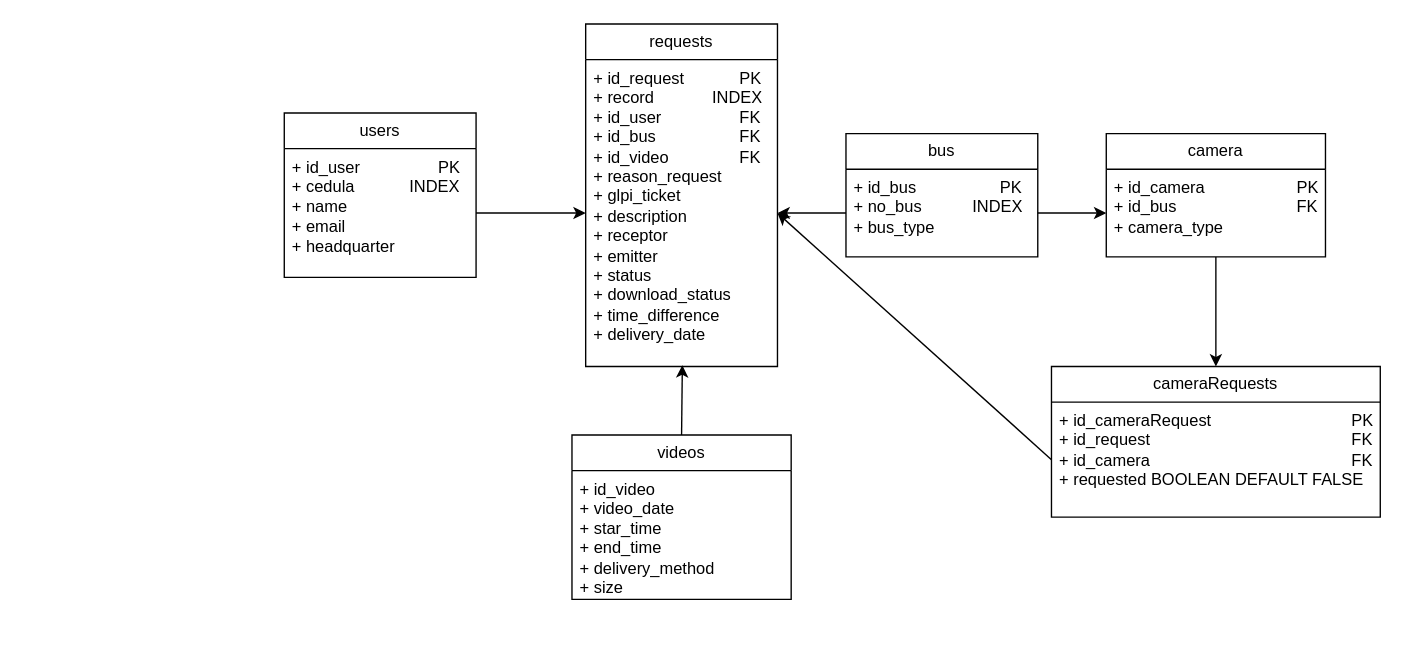
Above: page "Página-1" (1 of 2) of src/VideoGestionR.drawio in ZeB-ZuA/VideoGestion (draw.io), before the change. Source tidied: cells renumbered, new cells numbered last; positions are measured from the earlier drawing's top-left corner, leaving out a move shared by most shapes. Both pictures are drawn from the tidied source at 137%, with x=0, y=0 at pixel (284, 23).
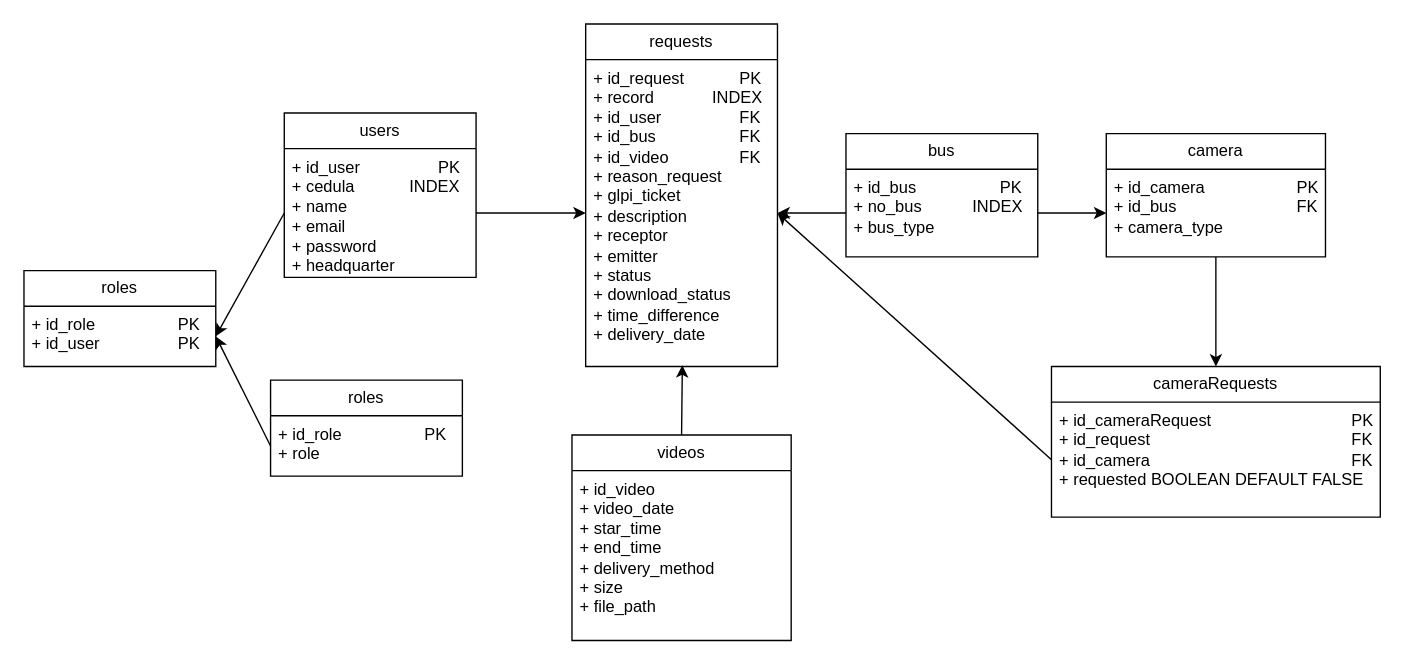
The same page after the edit.

Commit message (it also covers changes not shown here):
User and roles, entity, repository,  services, signupRequest

Unchanged cells that the change refers to:
```xml
<mxCell id="2" value="users" style="swimlane;fontStyle=0;horizontal=1;startSize=26;fillColor=none;whiteSpace=wrap;html=1;" parent="1" vertex="1">
  <mxGeometry y="65" width="140" height="120" as="geometry" />
</mxCell>
```

What changed in the source:
```diff
@@
-    <mxCell id="3" value="+ id_user&lt;span style=&quot;white-space: pre;&quot;&gt;&#9;&lt;/span&gt;&lt;span style=&quot;white-space: pre;&quot;&gt;&#9;&lt;/span&gt;&lt;span style=&quot;white-space: pre;&quot;&gt;&#9;&lt;/span&gt;PK&lt;div&gt;+ cedula&amp;nbsp; &amp;nbsp; &amp;nbsp; &amp;nbsp; &amp;nbsp; &amp;nbsp; INDEX&lt;/div&gt;&lt;div&gt;+ name&lt;/div&gt;&lt;div&gt;+ email&lt;/div&gt;&lt;div&gt;+ headquarter&lt;/div&gt;" style="text;strokeColor=none;fillColor=none;align=left;verticalAlign=top;spacingLeft=4;spacingRight=4;overflow=hidden;points=[[0,0.5],[1,0.5]];portConstraint=eastwest;whiteSpace=wrap;html=1;" parent="2" vertex="1">
+    <mxCell id="3" value="+ id_user&lt;span style=&quot;white-space: pre;&quot;&gt;&#9;&lt;/span&gt;&lt;span style=&quot;white-space: pre;&quot;&gt;&#9;&lt;/span&gt;&lt;span style=&quot;white-space: pre;&quot;&gt;&#9;&lt;/span&gt;PK&lt;div&gt;+ cedula&amp;nbsp; &amp;nbsp; &amp;nbsp; &amp;nbsp; &amp;nbsp; &amp;nbsp; INDEX&lt;/div&gt;&lt;div&gt;+ name&lt;/div&gt;&lt;div&gt;+ email&lt;/div&gt;&lt;div&gt;+ password&lt;/div&gt;&lt;div&gt;+ headquarter&lt;/div&gt;" style="text;strokeColor=none;fillColor=none;align=left;verticalAlign=top;spacingLeft=4;spacingRight=4;overflow=hidden;points=[[0,0.5],[1,0.5]];portConstraint=eastwest;whiteSpace=wrap;html=1;" parent="2" vertex="1">
       <mxGeometry y="26" width="140" height="94" as="geometry" />
     </mxCell>
@@
     <mxCell id="10" value="videos" style="swimlane;fontStyle=0;horizontal=1;startSize=26;fillColor=none;whiteSpace=wrap;html=1;" parent="1" vertex="1">
-      <mxGeometry x="210" y="300" width="160" height="120" as="geometry" />
+      <mxGeometry x="210" y="300" width="160" height="150" as="geometry" />
     </mxCell>
-    <mxCell id="11" value="+ id_video&lt;div&gt;+ video_date&lt;/div&gt;&lt;div&gt;+ star_time&lt;/div&gt;&lt;div&gt;+ end_time&lt;/div&gt;&lt;div&gt;+ delivery_method&lt;/div&gt;&lt;div&gt;+ size&lt;/div&gt;" style="text;strokeColor=none;fillColor=none;align=left;verticalAlign=top;spacingLeft=4;spacingRight=4;overflow=hidden;whiteSpace=wrap;html=1;" parent="10" vertex="1">
-      <mxGeometry y="26" width="160" height="94" as="geometry" />
+    <mxCell id="11" value="+ id_video&lt;div&gt;+ video_date&lt;/div&gt;&lt;div&gt;+ star_time&lt;/div&gt;&lt;div&gt;+ end_time&lt;/div&gt;&lt;div&gt;+ delivery_method&lt;/div&gt;&lt;div&gt;+ size&lt;/div&gt;&lt;div&gt;+ file_path&lt;/div&gt;" style="text;strokeColor=none;fillColor=none;align=left;verticalAlign=top;spacingLeft=4;spacingRight=4;overflow=hidden;whiteSpace=wrap;html=1;" parent="10" vertex="1">
+      <mxGeometry y="26" width="160" height="124" as="geometry" />
     </mxCell>
@@
+    <mxCell id="20" value="roles" style="swimlane;fontStyle=0;horizontal=1;startSize=26;fillColor=none;whiteSpace=wrap;html=1;" parent="1" vertex="1">
+      <mxGeometry x="-10" y="260" width="140" height="70" as="geometry" />
+    </mxCell>
+    <mxCell id="21" value="+ id_role&lt;span style=&quot;white-space: pre;&quot;&gt;&#9;&lt;/span&gt;&lt;span style=&quot;white-space: pre;&quot;&gt;&#9;&lt;/span&gt;&lt;span style=&quot;white-space: pre;&quot;&gt;&#9;&lt;/span&gt;PK&lt;div&gt;+ role&lt;br&gt;&lt;/div&gt;" style="text;strokeColor=none;fillColor=none;align=left;verticalAlign=top;spacingLeft=4;spacingRight=4;overflow=hidden;points=[[0,0.5],[1,0.5]];portConstraint=eastwest;whiteSpace=wrap;html=1;" parent="20" vertex="1">
+      <mxGeometry y="26" width="140" height="44" as="geometry" />
+    </mxCell>
+    <mxCell id="22" value="roles" style="swimlane;fontStyle=0;horizontal=1;startSize=26;fillColor=none;whiteSpace=wrap;html=1;" parent="1" vertex="1">
+      <mxGeometry x="-190" y="180" width="140" height="70" as="geometry" />
+    </mxCell>
+    <mxCell id="23" value="+ id_role&lt;span style=&quot;white-space: pre;&quot;&gt;&#9;&lt;/span&gt;&lt;span style=&quot;white-space: pre;&quot;&gt;&#9;&lt;/span&gt;&lt;span style=&quot;white-space: pre;&quot;&gt;&#9;&lt;/span&gt;PK&lt;div&gt;+ id_user&lt;span style=&quot;white-space: pre;&quot;&gt;&#9;&lt;/span&gt;&lt;span style=&quot;white-space: pre;&quot;&gt;&#9;&lt;/span&gt;&lt;span style=&quot;white-space: pre;&quot;&gt;&#9;&lt;/span&gt;PK&lt;br&gt;&lt;/div&gt;" style="text;strokeColor=none;fillColor=none;align=left;verticalAlign=top;spacingLeft=4;spacingRight=4;overflow=hidden;points=[[0,0.5],[1,0.5]];portConstraint=eastwest;whiteSpace=wrap;html=1;" parent="22" vertex="1">
+      <mxGeometry y="26" width="140" height="44" as="geometry" />
+    </mxCell>
+    <mxCell id="24" style="endArrow=classic;html=1;rounded=0;exitX=0;exitY=0.5;exitDx=0;exitDy=0;entryX=1;entryY=0.5;entryDx=0;entryDy=0;" parent="1" edge="1" source="21" target="23">
+      <mxGeometry relative="1" as="geometry" />
+    </mxCell>
+    <mxCell id="25" style="endArrow=classic;html=1;rounded=0;exitX=0;exitY=0.5;exitDx=0;exitDy=0;entryX=1;entryY=0.5;entryDx=0;entryDy=0;" parent="1" edge="1" source="3" target="23">
+      <mxGeometry relative="1" as="geometry" />
+    </mxCell>
```
